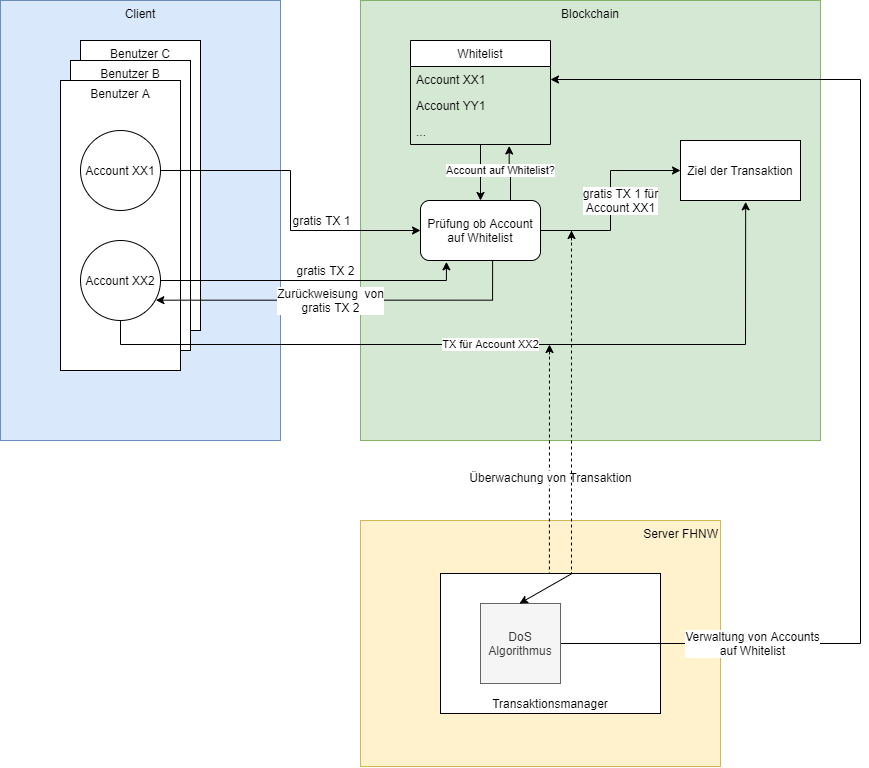
Earlier version of the draw.io export Report/images/solution2_v2.png (Geryones/BlockChain_TransactionManager). Source tidied: cells renumbered, new cells last; positions are measured from the earlier drawing's top-left corner, leaving out a move shared by most shapes. The source it was exported from:
```xml
<mxGraphModel>
  <root>
    <mxCell id="0" />
    <mxCell id="1" parent="0" />
    <mxCell id="2" value="Server FHNW" style="rounded=0;whiteSpace=wrap;html=1;fillColor=#fff2cc;strokeColor=#d6b656;verticalAlign=top;align=right;" parent="1" vertex="1">
      <mxGeometry x="360" y="520" width="360" height="246" as="geometry" />
    </mxCell>
    <mxCell id="3" value="Client" style="rounded=0;whiteSpace=wrap;html=1;verticalAlign=top;fillColor=#dae8fc;strokeColor=#6c8ebf;" parent="1" vertex="1">
      <mxGeometry width="280" height="440" as="geometry" />
    </mxCell>
    <mxCell id="4" value="Benutzer C" style="rounded=0;whiteSpace=wrap;html=1;verticalAlign=top;" parent="1" vertex="1">
      <mxGeometry x="80" y="40" width="120" height="290" as="geometry" />
    </mxCell>
    <mxCell id="5" value="Blockchain" style="rounded=0;whiteSpace=wrap;html=1;fillColor=#d5e8d4;strokeColor=#82b366;verticalAlign=top;" parent="1" vertex="1">
      <mxGeometry x="360" width="460" height="440" as="geometry" />
    </mxCell>
    <mxCell id="6" value="Benutzer B" style="rounded=0;whiteSpace=wrap;html=1;verticalAlign=top;" parent="1" vertex="1">
      <mxGeometry x="70" y="60" width="120" height="290" as="geometry" />
    </mxCell>
    <mxCell id="7" value="Benutzer A" style="rounded=0;whiteSpace=wrap;html=1;verticalAlign=top;" parent="1" vertex="1">
      <mxGeometry x="60" y="80" width="120" height="290" as="geometry" />
    </mxCell>
    <mxCell id="8" style="edgeStyle=orthogonalEdgeStyle;rounded=0;jettySize=auto;html=1;entryX=0;entryY=0.5;entryDx=0;entryDy=0;" parent="1" edge="1" source="10" target="25">
      <mxGeometry relative="1" as="geometry" />
    </mxCell>
    <mxCell id="9" value="gratis TX 1" style="text;html=1;align=center;verticalAlign=middle;labelBackgroundColor=#ffffff;" parent="8" vertex="1">
      <mxGeometry x="0.38" y="1" relative="1" as="geometry">
        <mxPoint y="-9" as="offset" />
      </mxGeometry>
    </mxCell>
    <mxCell id="10" value="Account XX1" style="ellipse;whiteSpace=wrap;html=1;" parent="1" vertex="1">
      <mxGeometry x="80" y="130" width="80" height="80" as="geometry" />
    </mxCell>
    <mxCell id="11" style="edgeStyle=orthogonalEdgeStyle;rounded=0;jettySize=auto;html=1;exitX=1;exitY=0.5;exitDx=0;exitDy=0;entryX=0.216;entryY=1.022;entryDx=0;entryDy=0;entryPerimeter=0;" parent="1" edge="1" source="13" target="25">
      <mxGeometry relative="1" as="geometry">
        <Array as="points">
          <mxPoint x="446" y="280" />
        </Array>
      </mxGeometry>
    </mxCell>
    <mxCell id="12" value="gratis TX 2" style="text;html=1;align=center;verticalAlign=middle;labelBackgroundColor=#ffffff;" parent="11" vertex="1">
      <mxGeometry x="0.08" y="-1" relative="1" as="geometry">
        <mxPoint y="-11" as="offset" />
      </mxGeometry>
    </mxCell>
    <mxCell id="13" value="Account XX2" style="ellipse;whiteSpace=wrap;html=1;" parent="1" vertex="1">
      <mxGeometry x="80" y="240" width="80" height="80" as="geometry" />
    </mxCell>
    <mxCell id="14" style="edgeStyle=orthogonalEdgeStyle;rounded=0;jettySize=auto;html=1;entryX=0.942;entryY=0.746;entryDx=0;entryDy=0;entryPerimeter=0;exitX=0.601;exitY=0.999;exitDx=0;exitDy=0;exitPerimeter=0;" parent="1" edge="1" source="25" target="13">
      <mxGeometry relative="1" as="geometry">
        <Array as="points">
          <mxPoint x="492" y="300" />
        </Array>
      </mxGeometry>
    </mxCell>
    <mxCell id="15" value="Zurückweisung&amp;nbsp; von&lt;br&gt;gratis TX 2" style="text;html=1;align=center;verticalAlign=middle;labelBackgroundColor=#ffffff;" parent="14" vertex="1">
      <mxGeometry x="0.1" y="1" relative="1" as="geometry">
        <mxPoint x="5.7" y="-0.7" as="offset" />
      </mxGeometry>
    </mxCell>
    <mxCell id="16" value="Ziel der Transaktion" style="rounded=0;whiteSpace=wrap;html=1;" parent="1" vertex="1">
      <mxGeometry x="680" y="140" width="120" height="60" as="geometry" />
    </mxCell>
    <mxCell id="17" value="TX für Account XX2" style="endArrow=classic;html=1;exitX=0.5;exitY=1;exitDx=0;exitDy=0;entryX=0.543;entryY=1.022;entryDx=0;entryDy=0;entryPerimeter=0;rounded=0;" parent="1" edge="1" source="13" target="16">
      <mxGeometry relative="1" as="geometry">
        <Array as="points">
          <mxPoint x="120" y="344" />
          <mxPoint x="745" y="344" />
        </Array>
      </mxGeometry>
    </mxCell>
    <mxCell id="18" value="Transaktionsmanager" style="rounded=0;whiteSpace=wrap;html=1;align=center;verticalAlign=bottom;labelPosition=center;verticalLabelPosition=middle;" parent="1" vertex="1">
      <mxGeometry x="440" y="573" width="220" height="140" as="geometry" />
    </mxCell>
    <mxCell id="19" style="edgeStyle=orthogonalEdgeStyle;rounded=0;jettySize=auto;html=1;entryX=1;entryY=0.5;entryDx=0;entryDy=0;exitX=1;exitY=0.5;exitDx=0;exitDy=0;" parent="1" edge="1" source="21" target="34">
      <mxGeometry relative="1" as="geometry">
        <Array as="points">
          <mxPoint x="860" y="643" />
          <mxPoint x="860" y="79" />
        </Array>
      </mxGeometry>
    </mxCell>
    <mxCell id="20" value="Verwaltung von Accounts&lt;br&gt;auf Whitelist" style="text;html=1;align=center;verticalAlign=middle;labelBackgroundColor=#ffffff;" parent="19" vertex="1">
      <mxGeometry x="-0.67" relative="1" as="geometry" />
    </mxCell>
    <mxCell id="21" value="DoS&lt;br&gt;Algorithmus" style="whiteSpace=wrap;html=1;fillColor=#f5f5f5;strokeColor=#666666;fontColor=#333333;" parent="1" vertex="1">
      <mxGeometry x="480" y="603" width="80" height="80" as="geometry" />
    </mxCell>
    <mxCell id="22" style="edgeStyle=orthogonalEdgeStyle;rounded=0;jettySize=auto;html=1;" parent="1" edge="1" source="25" target="16">
      <mxGeometry relative="1" as="geometry" />
    </mxCell>
    <mxCell id="23" value="gratis TX 1 für&lt;br&gt;Account XX1" style="text;html=1;align=center;verticalAlign=middle;labelBackgroundColor=#ffffff;" parent="22" vertex="1">
      <mxGeometry x="-0.31" y="4" relative="1" as="geometry">
        <mxPoint x="10.9" y="-26" as="offset" />
      </mxGeometry>
    </mxCell>
    <mxCell id="24" style="edgeStyle=orthogonalEdgeStyle;rounded=0;jettySize=auto;html=1;entryX=0.705;entryY=1.057;entryDx=0;entryDy=0;exitX=0.75;exitY=0;exitDx=0;exitDy=0;entryPerimeter=0;" parent="1" edge="1" source="25" target="36">
      <mxGeometry relative="1" as="geometry">
        <Array as="points">
          <mxPoint x="510" y="172" />
          <mxPoint x="509" y="172" />
        </Array>
      </mxGeometry>
    </mxCell>
    <mxCell id="25" value="Prüfung ob Account auf Whitelist" style="rounded=1;whiteSpace=wrap;html=1;align=center;" parent="1" vertex="1">
      <mxGeometry x="420" y="200" width="120" height="60" as="geometry" />
    </mxCell>
    <mxCell id="26" value="Account auf Whitelist?" style="edgeStyle=orthogonalEdgeStyle;rounded=0;jettySize=auto;html=1;entryX=0.5;entryY=0;entryDx=0;entryDy=0;" parent="1" edge="1" source="33" target="25">
      <mxGeometry x="-0.07" y="20" relative="1" as="geometry" />
    </mxCell>
    <mxCell id="27" style="endArrow=none;dashed=1;html=1;entryX=0.495;entryY=0.002;entryDx=0;entryDy=0;entryPerimeter=0;" parent="1" edge="1" target="18">
      <mxGeometry relative="1" as="geometry">
        <mxPoint x="549" y="350" as="sourcePoint" />
      </mxGeometry>
    </mxCell>
    <mxCell id="28" value="Überwachung von Transaktion" style="text;html=1;align=center;verticalAlign=middle;labelBackgroundColor=#ffffff;" parent="27" vertex="1">
      <mxGeometry x="0.14" y="-1" relative="1" as="geometry">
        <mxPoint x="2.1" as="offset" />
      </mxGeometry>
    </mxCell>
    <mxCell id="29" style="endArrow=classic;html=1;" parent="1" edge="1">
      <mxGeometry relative="1" as="geometry">
        <mxPoint x="549" y="354" as="sourcePoint" />
        <mxPoint x="549" y="344" as="targetPoint" />
      </mxGeometry>
    </mxCell>
    <mxCell id="30" style="endArrow=none;dashed=1;html=1;entryX=0.495;entryY=0.002;entryDx=0;entryDy=0;entryPerimeter=0;" parent="1" edge="1">
      <mxGeometry relative="1" as="geometry">
        <mxPoint x="571" y="230" as="sourcePoint" />
        <mxPoint x="571" y="573.3" as="targetPoint" />
      </mxGeometry>
    </mxCell>
    <mxCell id="31" style="endArrow=classic;html=1;" parent="1" edge="1">
      <mxGeometry relative="1" as="geometry">
        <mxPoint x="571" y="240" as="sourcePoint" />
        <mxPoint x="571" y="230" as="targetPoint" />
      </mxGeometry>
    </mxCell>
    <mxCell id="32" style="endArrow=classic;html=1;entryX=0.5;entryY=0;entryDx=0;entryDy=0;exitX=0.598;exitY=0.004;exitDx=0;exitDy=0;exitPerimeter=0;" parent="1" edge="1">
      <mxGeometry relative="1" as="geometry">
        <mxPoint x="570.6" y="573.6" as="sourcePoint" />
        <mxPoint x="519" y="603" as="targetPoint" />
      </mxGeometry>
    </mxCell>
    <mxCell id="33" value="Whitelist" style="swimlane;fontStyle=0;horizontal=1;startSize=26;" parent="1" vertex="1">
      <mxGeometry x="410" y="40" width="140" height="104" as="geometry" />
    </mxCell>
    <mxCell id="34" value="Account XX1" style="text;align=left;verticalAlign=top;spacingLeft=4;spacingRight=4;overflow=hidden;points=[[0,0.5],[1,0.5]];portConstraint=eastwest;" parent="33" vertex="1">
      <mxGeometry y="26" width="140" height="26" as="geometry" />
    </mxCell>
    <mxCell id="35" value="Account YY1" style="text;align=left;verticalAlign=top;spacingLeft=4;spacingRight=4;overflow=hidden;" parent="33" vertex="1">
      <mxGeometry y="52" width="140" height="26" as="geometry" />
    </mxCell>
    <mxCell id="36" value="..." style="text;strokeColor=none;fillColor=none;align=left;verticalAlign=top;spacingLeft=4;spacingRight=4;overflow=hidden;points=[[0,0.5],[1,0.5]];portConstraint=eastwest;" parent="33" vertex="1">
      <mxGeometry y="78" width="140" height="26" as="geometry" />
    </mxCell>
  </root>
</mxGraphModel>
```
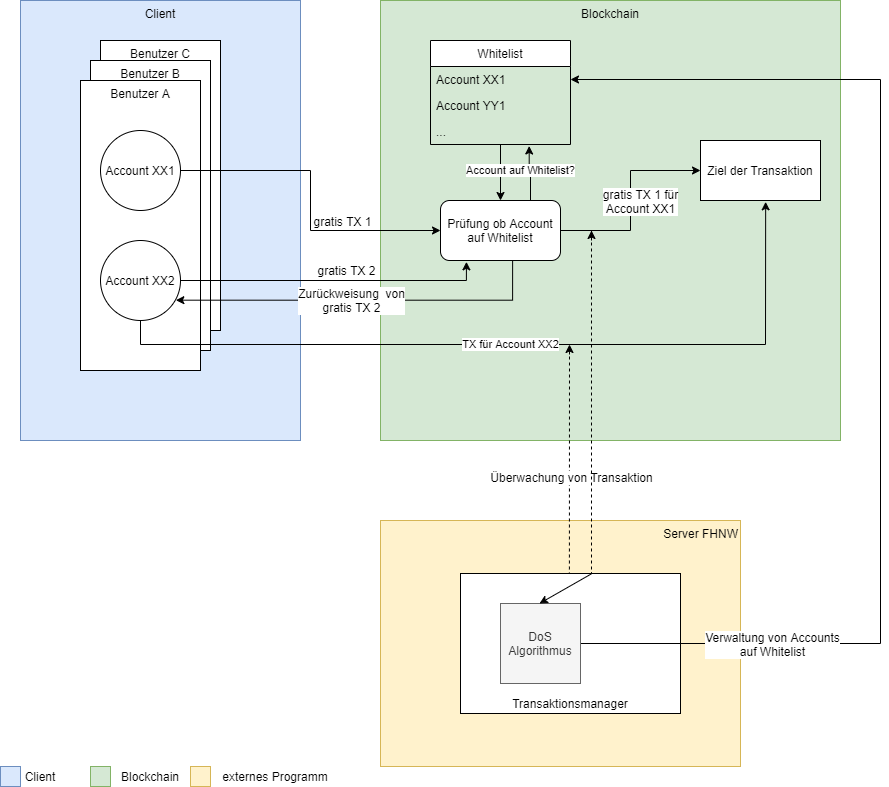
The same file after the commit.

Change to the diagram source:
```diff
@@ -154,5 +154,23 @@
     <mxCell id="36" value="..." style="text;strokeColor=none;fillColor=none;align=left;verticalAlign=top;spacingLeft=4;spacingRight=4;overflow=hidden;points=[[0,0.5],[1,0.5]];portConstraint=eastwest;" parent="33" vertex="1">
       <mxGeometry y="78" width="140" height="26" as="geometry" />
     </mxCell>
+    <mxCell id="37" style="rounded=0;whiteSpace=wrap;html=1;fillColor=#dae8fc;strokeColor=#6c8ebf;" parent="1" vertex="1">
+      <mxGeometry x="-20" y="766" width="20" height="20" as="geometry" />
+    </mxCell>
+    <mxCell id="38" value="Client" style="text;html=1;strokeColor=none;fillColor=none;align=center;verticalAlign=middle;whiteSpace=wrap;rounded=0;" parent="1" vertex="1">
+      <mxGeometry y="766" width="40" height="20" as="geometry" />
+    </mxCell>
+    <mxCell id="39" style="rounded=0;whiteSpace=wrap;html=1;fillColor=#d5e8d4;strokeColor=#82b366;" parent="1" vertex="1">
+      <mxGeometry x="70" y="766" width="20" height="20" as="geometry" />
+    </mxCell>
+    <mxCell id="40" value="Blockchain" style="text;html=1;align=center;verticalAlign=middle;whiteSpace=wrap;rounded=0;" parent="1" vertex="1">
+      <mxGeometry x="110" y="766" width="40" height="20" as="geometry" />
+    </mxCell>
+    <mxCell id="41" value="externes Programm" style="text;html=1;strokeColor=none;fillColor=none;align=center;verticalAlign=middle;whiteSpace=wrap;rounded=0;" parent="1" vertex="1">
+      <mxGeometry x="200" y="766" width="110" height="20" as="geometry" />
+    </mxCell>
+    <mxCell id="42" style="rounded=0;whiteSpace=wrap;html=1;fillColor=#fff2cc;strokeColor=#d6b656;" parent="1" vertex="1">
+      <mxGeometry x="170" y="766" width="20" height="20" as="geometry" />
+    </mxCell>
   </root>
 </mxGraphModel>
```
